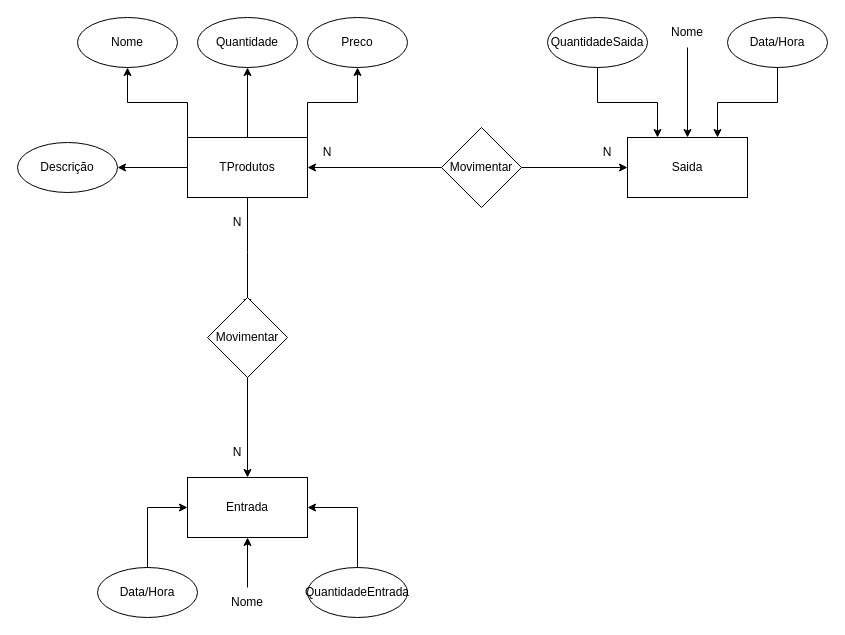
Above: Diagrama sem nome.drawio in joaz0/Diagrama_ENTIDADE_RELACIONAMENTO (draw.io), before the change. Source tidied: cells renumbered, new cells numbered last; positions are measured from the earlier drawing's top-left corner, leaving out a move shared by most shapes. Both pictures are drawn from the tidied source at 100%, with x=0, y=0 at pixel (17, 17).
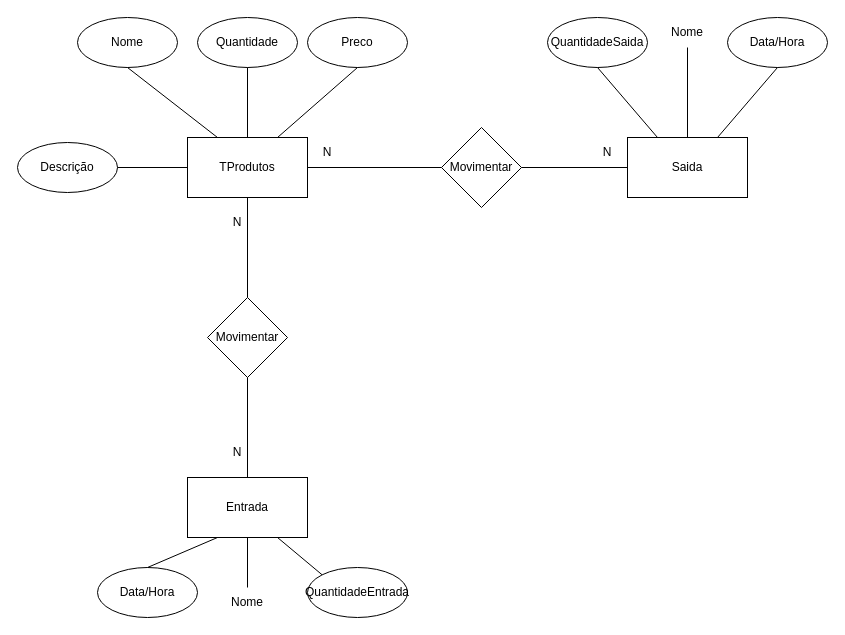
Above is the later version.

Unchanged cells that the change refers to:
```xml
<mxCell id="4" value="Movimentar" style="rhombus;whiteSpace=wrap;html=1;" parent="1" vertex="1">
  <mxGeometry x="424" y="110" width="80" height="80" as="geometry" />
</mxCell>
<mxCell id="10" value="TProdutos" style="rounded=0;whiteSpace=wrap;html=1;" parent="1" vertex="1">
  <mxGeometry x="170" y="120" width="120" height="60" as="geometry" />
</mxCell>
<mxCell id="12" value="Movimentar" style="rhombus;whiteSpace=wrap;html=1;rounded=0;" parent="1" vertex="1">
  <mxGeometry x="190" y="280" width="80" height="80" as="geometry" />
</mxCell>
<mxCell id="13" value="Quantidade" style="ellipse;whiteSpace=wrap;html=1;" parent="1" vertex="1">
  <mxGeometry x="180" width="100" height="50" as="geometry" />
</mxCell>
<mxCell id="14" value="Descrição" style="ellipse;whiteSpace=wrap;html=1;" parent="1" vertex="1">
  <mxGeometry y="125" width="100" height="50" as="geometry" />
</mxCell>
<mxCell id="15" value="Nome" style="ellipse;whiteSpace=wrap;html=1;" parent="1" vertex="1">
  <mxGeometry x="60" width="100" height="50" as="geometry" />
</mxCell>
<mxCell id="16" value="Preco" style="ellipse;whiteSpace=wrap;html=1;" parent="1" vertex="1">
  <mxGeometry x="290" width="100" height="50" as="geometry" />
</mxCell>
<mxCell id="17" value="Saida" style="whiteSpace=wrap;html=1;" parent="1" vertex="1">
  <mxGeometry x="610" y="120" width="120" height="60" as="geometry" />
</mxCell>
<mxCell id="19" value="Nome" style="text;html=1;align=center;verticalAlign=middle;whiteSpace=wrap;rounded=0;" parent="1" vertex="1">
  <mxGeometry x="640" width="60" height="30" as="geometry" />
</mxCell>
<mxCell id="22" value="Entrada" style="whiteSpace=wrap;html=1;" parent="1" vertex="1">
  <mxGeometry x="170" y="460" width="120" height="60" as="geometry" />
</mxCell>
<mxCell id="26" value="QuantidadeSaida" style="ellipse;whiteSpace=wrap;html=1;" parent="1" vertex="1">
  <mxGeometry x="530" width="100" height="50" as="geometry" />
</mxCell>
<mxCell id="28" value="QuantidadeEntrada" style="ellipse;whiteSpace=wrap;html=1;" parent="1" vertex="1">
  <mxGeometry x="290" y="550" width="100" height="50" as="geometry" />
</mxCell>
<mxCell id="30" value="Nome" style="text;html=1;align=center;verticalAlign=middle;whiteSpace=wrap;rounded=0;" parent="1" vertex="1">
  <mxGeometry x="200" y="570" width="60" height="30" as="geometry" />
</mxCell>
<mxCell id="32" value="Data/Hora" style="ellipse;whiteSpace=wrap;html=1;" parent="1" vertex="1">
  <mxGeometry x="80" y="550" width="100" height="50" as="geometry" />
</mxCell>
<mxCell id="34" value="Data/Hora" style="ellipse;whiteSpace=wrap;html=1;" parent="1" vertex="1">
  <mxGeometry x="710" width="100" height="50" as="geometry" />
</mxCell>
```

Diff of the diagram source:
```diff
@@
-    <mxCell id="2" style="edgeStyle=orthogonalEdgeStyle;rounded=0;jettySize=auto;html=1;exitX=0;exitY=0.5;exitDx=0;exitDy=0;entryX=1;entryY=0.5;entryDx=0;entryDy=0;" parent="1" edge="1" source="4" target="10">
-      <mxGeometry relative="1" as="geometry" />
-    </mxCell>
-    <mxCell id="3" style="edgeStyle=orthogonalEdgeStyle;rounded=0;jettySize=auto;html=1;" parent="1" edge="1" source="4" target="17">
-      <mxGeometry relative="1" as="geometry" />
-    </mxCell>
@@
-    <mxCell id="5" style="edgeStyle=orthogonalEdgeStyle;rounded=0;jettySize=auto;html=1;exitX=0.5;exitY=1;exitDx=0;exitDy=0;" parent="1" edge="1" source="10">
-      <mxGeometry relative="1" as="geometry">
-        <mxPoint x="230" y="290" as="targetPoint" />
-      </mxGeometry>
-    </mxCell>
-    <mxCell id="6" style="edgeStyle=orthogonalEdgeStyle;rounded=0;jettySize=auto;html=1;exitX=0.5;exitY=0;exitDx=0;exitDy=0;entryX=0.5;entryY=1;entryDx=0;entryDy=0;" parent="1" edge="1" source="10" target="13">
-      <mxGeometry relative="1" as="geometry" />
-    </mxCell>
-    <mxCell id="7" style="edgeStyle=orthogonalEdgeStyle;rounded=0;jettySize=auto;html=1;exitX=0;exitY=0.5;exitDx=0;exitDy=0;entryX=1;entryY=0.5;entryDx=0;entryDy=0;" parent="1" edge="1" source="10" target="14">
-      <mxGeometry relative="1" as="geometry" />
-    </mxCell>
-    <mxCell id="8" style="edgeStyle=orthogonalEdgeStyle;rounded=0;jettySize=auto;html=1;exitX=0;exitY=0;exitDx=0;exitDy=0;" parent="1" edge="1" source="10" target="15">
-      <mxGeometry relative="1" as="geometry" />
-    </mxCell>
-    <mxCell id="9" style="edgeStyle=orthogonalEdgeStyle;rounded=0;jettySize=auto;html=1;exitX=1;exitY=0;exitDx=0;exitDy=0;entryX=0.5;entryY=1;entryDx=0;entryDy=0;" parent="1" edge="1" source="10" target="16">
-      <mxGeometry relative="1" as="geometry" />
-    </mxCell>
@@
-    <mxCell id="11" style="edgeStyle=orthogonalEdgeStyle;rounded=0;jettySize=auto;html=1;entryX=0.5;entryY=0;entryDx=0;entryDy=0;" parent="1" edge="1" source="12" target="22">
-      <mxGeometry relative="1" as="geometry" />
-    </mxCell>
@@
-    <mxCell id="18" style="edgeStyle=orthogonalEdgeStyle;rounded=0;jettySize=auto;html=1;exitX=0.5;exitY=1;exitDx=0;exitDy=0;entryX=0.5;entryY=0;entryDx=0;entryDy=0;" parent="1" edge="1" source="19" target="17">
-      <mxGeometry relative="1" as="geometry" />
-    </mxCell>
@@
-    <mxCell id="25" style="edgeStyle=orthogonalEdgeStyle;rounded=0;jettySize=auto;html=1;exitX=0.5;exitY=1;exitDx=0;exitDy=0;entryX=0.25;entryY=0;entryDx=0;entryDy=0;" parent="1" edge="1" source="26" target="17">
-      <mxGeometry relative="1" as="geometry" />
-    </mxCell>
@@
-    <mxCell id="27" style="edgeStyle=orthogonalEdgeStyle;rounded=0;jettySize=auto;html=1;exitX=0.5;exitY=0;exitDx=0;exitDy=0;entryX=1;entryY=0.5;entryDx=0;entryDy=0;" parent="1" edge="1" source="28" target="22">
-      <mxGeometry relative="1" as="geometry" />
-    </mxCell>
@@
-    <mxCell id="29" style="edgeStyle=orthogonalEdgeStyle;rounded=0;jettySize=auto;html=1;exitX=0.5;exitY=0;exitDx=0;exitDy=0;entryX=0.5;entryY=1;entryDx=0;entryDy=0;" parent="1" edge="1" source="30" target="22">
-      <mxGeometry relative="1" as="geometry" />
-    </mxCell>
@@
-    <mxCell id="31" style="edgeStyle=orthogonalEdgeStyle;rounded=0;jettySize=auto;html=1;exitX=0.5;exitY=0;exitDx=0;exitDy=0;entryX=0;entryY=0.5;entryDx=0;entryDy=0;" parent="1" edge="1" source="32" target="22">
-      <mxGeometry relative="1" as="geometry" />
-    </mxCell>
@@
-    <mxCell id="33" style="edgeStyle=orthogonalEdgeStyle;rounded=0;jettySize=auto;html=1;exitX=0.5;exitY=1;exitDx=0;exitDy=0;entryX=0.75;entryY=0;entryDx=0;entryDy=0;" parent="1" edge="1" source="34" target="17">
-      <mxGeometry relative="1" as="geometry" />
-    </mxCell>
@@
+    <mxCell id="35" style="endArrow=none;html=1;rounded=0;exitX=1;exitY=0.5;exitDx=0;exitDy=0;" parent="1" edge="1" source="14" target="10">
+      <mxGeometry relative="1" as="geometry" />
+    </mxCell>
+    <mxCell id="3" style="endArrow=none;html=1;rounded=0;entryX=0;entryY=0.5;entryDx=0;entryDy=0;exitX=1;exitY=0.5;exitDx=0;exitDy=0;" parent="1" edge="1" source="4" target="17">
+      <mxGeometry relative="1" as="geometry" />
+    </mxCell>
+    <mxCell id="36" style="endArrow=none;html=1;rounded=0;exitX=0.5;exitY=0;exitDx=0;exitDy=0;entryX=0.5;entryY=1;entryDx=0;entryDy=0;" parent="1" edge="1" source="17" target="19">
+      <mxGeometry relative="1" as="geometry" />
+    </mxCell>
+    <mxCell id="37" style="endArrow=none;html=1;rounded=0;exitX=0.25;exitY=0;exitDx=0;exitDy=0;entryX=0.5;entryY=1;entryDx=0;entryDy=0;" parent="1" edge="1" source="17" target="26">
+      <mxGeometry relative="1" as="geometry" />
+    </mxCell>
+    <mxCell id="38" style="endArrow=none;html=1;rounded=0;entryX=0.5;entryY=1;entryDx=0;entryDy=0;exitX=0.75;exitY=0;exitDx=0;exitDy=0;" parent="1" edge="1" source="17" target="34">
+      <mxGeometry relative="1" as="geometry" />
+    </mxCell>
+    <mxCell id="39" style="endArrow=none;html=1;rounded=0;exitX=0.5;exitY=1;exitDx=0;exitDy=0;entryX=0.25;entryY=0;entryDx=0;entryDy=0;" parent="1" edge="1" source="15" target="10">
+      <mxGeometry relative="1" as="geometry" />
+    </mxCell>
+    <mxCell id="40" style="endArrow=none;html=1;rounded=0;exitX=0.5;exitY=1;exitDx=0;exitDy=0;entryX=0.5;entryY=0;entryDx=0;entryDy=0;" parent="1" edge="1" source="13" target="10">
+      <mxGeometry relative="1" as="geometry" />
+    </mxCell>
+    <mxCell id="9" style="endArrow=none;html=1;rounded=0;exitX=0.75;exitY=0;exitDx=0;exitDy=0;entryX=0.5;entryY=1;entryDx=0;entryDy=0;" parent="1" edge="1" source="10" target="16">
+      <mxGeometry relative="1" as="geometry" />
+    </mxCell>
+    <mxCell id="41" style="endArrow=none;html=1;rounded=0;exitX=0.75;exitY=1;exitDx=0;exitDy=0;entryX=0;entryY=0;entryDx=0;entryDy=0;" parent="1" edge="1" source="22" target="28">
+      <mxGeometry relative="1" as="geometry" />
+    </mxCell>
+    <mxCell id="42" style="endArrow=none;html=1;rounded=0;exitX=0.5;exitY=1;exitDx=0;exitDy=0;entryX=0.5;entryY=0;entryDx=0;entryDy=0;" parent="1" edge="1" source="22" target="30">
+      <mxGeometry relative="1" as="geometry" />
+    </mxCell>
+    <mxCell id="43" style="endArrow=none;html=1;rounded=0;exitX=0.25;exitY=1;exitDx=0;exitDy=0;entryX=0.5;entryY=0;entryDx=0;entryDy=0;" parent="1" edge="1" source="22" target="32">
+      <mxGeometry relative="1" as="geometry" />
+    </mxCell>
+    <mxCell id="44" style="endArrow=none;html=1;rounded=0;exitX=0.5;exitY=0;exitDx=0;exitDy=0;entryX=0.5;entryY=1;entryDx=0;entryDy=0;" parent="1" edge="1" source="12" target="10">
+      <mxGeometry relative="1" as="geometry" />
+    </mxCell>
+    <mxCell id="45" style="endArrow=none;html=1;rounded=0;exitX=1;exitY=0.5;exitDx=0;exitDy=0;entryX=0;entryY=0.5;entryDx=0;entryDy=0;" parent="1" edge="1" source="10" target="4">
+      <mxGeometry relative="1" as="geometry" />
+    </mxCell>
+    <mxCell id="46" style="endArrow=none;html=1;rounded=0;exitX=0.5;exitY=0;exitDx=0;exitDy=0;entryX=0.5;entryY=1;entryDx=0;entryDy=0;" parent="1" edge="1" source="22" target="12">
+      <mxGeometry relative="1" as="geometry" />
+    </mxCell>
```
